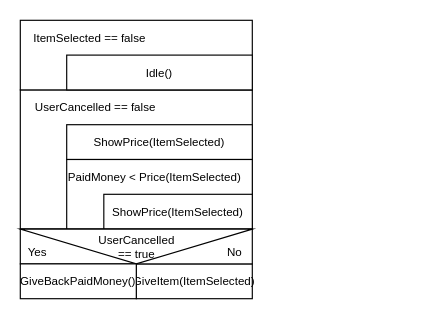
Earlier version of the draw.io diagram psd/Opdracht3.drawio (JochemGrootherder/educom-essentials). Source tidied: cells renumbered, new cells numbered last; positions are measured from the earlier drawing's top-left corner, leaving out a move shared by most shapes. Both pictures are drawn from the tidied source at 116%, with x=0, y=0 at pixel (20, 20).
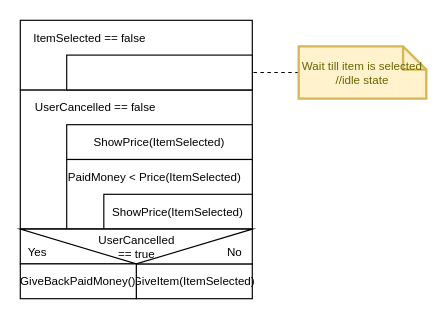
After the change.

Commit message:
Idle functie weggehaald

The edit, as a diff of the source:
```diff
@@
-    <mxCell id="5" value="Idle()" style="whiteSpace=wrap;html=1;fontSize=10;" parent="1" vertex="1">
+    <mxCell id="5" style="whiteSpace=wrap;html=1;fontSize=10;" parent="1" vertex="1">
       <mxGeometry x="40" y="30" width="160" height="30" as="geometry" />
     </mxCell>
@@
+    <mxCell id="19" style="edgeStyle=none;html=1;fontSize=10;dashed=1;endArrow=none;endFill=0;" parent="1" edge="1" source="20" target="5">
+      <mxGeometry relative="1" as="geometry" />
+    </mxCell>
+    <mxCell id="20" value="Wait till item is selected&lt;br&gt;//idle state" style="shape=note;strokeWidth=2;fontSize=10;size=20;whiteSpace=wrap;html=1;fillColor=#fff2cc;strokeColor=#d6b656;fontColor=#666600;" parent="1" vertex="1">
+      <mxGeometry x="240" y="22.5" width="110" height="45" as="geometry" />
+    </mxCell>
```
